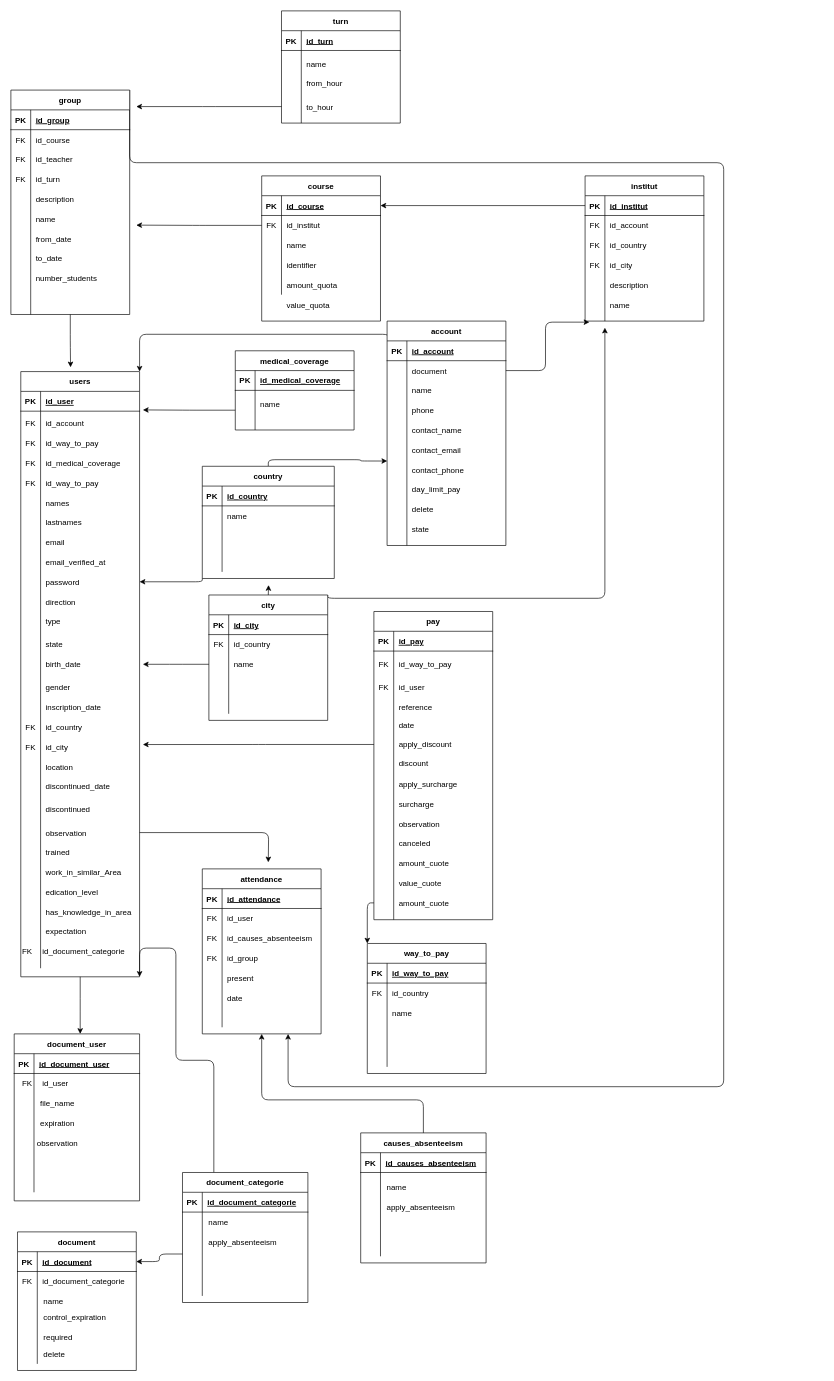
This is DER.drawio from smarenco/SIGE, a draw.io file, before an edit. Source tidied: cells renumbered, new cells numbered last; positions are measured from the earlier drawing's top-left corner, leaving out a move shared by most shapes. Both pictures are drawn from the tidied source at 66%, with x=0, y=0 at pixel (11, 11).
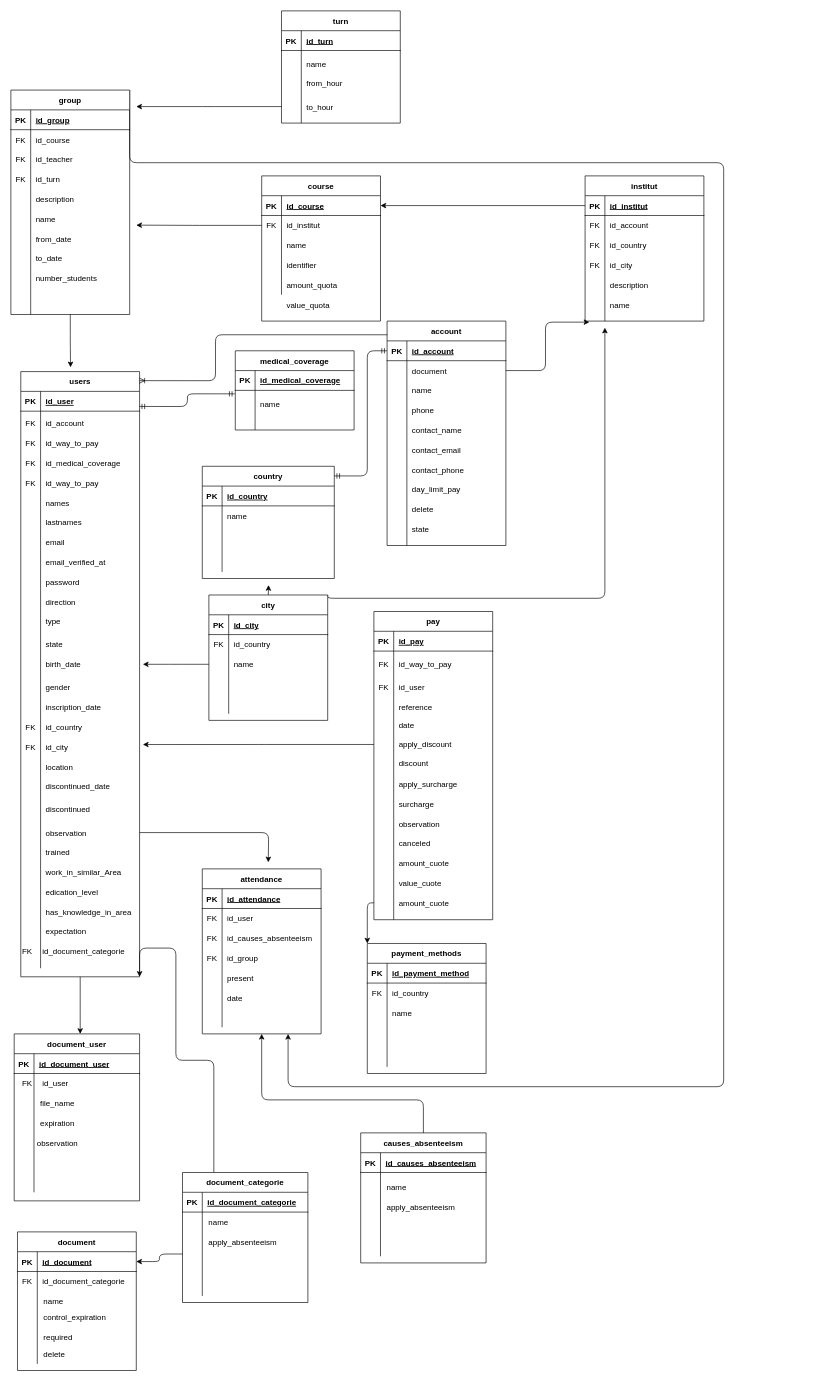
After the change.

Commit message:
arreglos en flechas de relaciones, trabajando en ello

The change refers to these unchanged cells:
```xml
<mxCell id="6" style="shape=partialRectangle;fillColor=none;top=0;left=0;bottom=0;right=0;points=[[0,0.5],[1,0.5]];portConstraint=eastwest;" parent="2" vertex="1">
  <mxGeometry y="60" width="180" height="60" as="geometry" />
</mxCell>
<mxCell id="31" value="account" style="shape=table;startSize=30;childLayout=tableLayout;rowLines=0;fontStyle=1;align=center;" parent="1" vertex="1">
  <mxGeometry x="570" y="470" width="180" height="340" as="geometry" />
</mxCell>
<mxCell id="32" style="shape=partialRectangle;fillColor=none;top=0;left=0;bottom=1;right=0;points=[[0,0.5],[1,0.5]];portConstraint=eastwest;" parent="31" vertex="1">
  <mxGeometry y="30" width="180" height="30" as="geometry" />
</mxCell>
<mxCell id="57" style="shape=partialRectangle;fillColor=none;top=0;left=0;bottom=1;right=0;" parent="56" vertex="1">
  <mxGeometry y="30" width="180" height="30" as="geometry" />
</mxCell>
<mxCell id="71" value="country" style="shape=table;startSize=30;childLayout=tableLayout;rowLines=0;fontStyle=1;align=center;" parent="1" vertex="1">
  <mxGeometry x="290" y="690" width="200" height="170" as="geometry" />
</mxCell>
<mxCell id="82" value="users" style="shape=table;startSize=30;childLayout=tableLayout;rowLines=0;fontStyle=1;align=center;" parent="1" vertex="1">
  <mxGeometry x="15" y="546.5" width="180" height="917" as="geometry" />
</mxCell>
<mxCell id="83" style="shape=partialRectangle;fillColor=none;top=0;left=0;bottom=1;right=0;points=[[0,0.5],[1,0.5]];portConstraint=eastwest;" parent="82" vertex="1">
  <mxGeometry y="30" width="180" height="30" as="geometry" />
</mxCell>
<mxCell id="98" style="shape=partialRectangle;fillColor=none;top=0;left=0;bottom=0;right=0;points=[[0,0.5],[1,0.5]];portConstraint=eastwest;" parent="1" vertex="1">
  <mxGeometry x="15" y="850" width="180" height="30" as="geometry" />
</mxCell>
<mxCell id="128" style="shape=partialRectangle;fillColor=none;top=0;left=0;bottom=0;right=0;points=[[0,0.5],[1,0.5]];portConstraint=eastwest;" parent="1" vertex="1">
  <mxGeometry x="570" y="680" width="180" height="30" as="geometry" />
</mxCell>
```

What changed in the source:
```diff
@@
-    <mxCell id="30" style="edgeStyle=orthogonalEdgeStyle;html=1;exitX=0.017;exitY=-0.003;exitDx=0;exitDy=0;entryX=1;entryY=0;entryDx=0;entryDy=0;exitPerimeter=0;" parent="1" edge="1" source="32" target="82">
-      <mxGeometry relative="1" as="geometry">
-        <Array as="points">
-          <mxPoint x="573" y="490" />
-          <mxPoint x="195" y="490" />
-        </Array>
-      </mxGeometry>
-    </mxCell>
@@
-    <mxCell id="56" value="way_to_pay" style="shape=table;startSize=30;childLayout=tableLayout;rowLines=0;fontStyle=1;align=center;" parent="1" vertex="1">
+    <mxCell id="56" value="payment_methods" style="shape=table;startSize=30;childLayout=tableLayout;rowLines=0;fontStyle=1;align=center;" parent="1" vertex="1">
       <mxGeometry x="540" y="1413" width="180" height="197" as="geometry" />
     </mxCell>
@@
-    <mxCell id="59" value="id_way_to_pay" style="shape=partialRectangle;fillColor=none;top=0;left=0;bottom=0;right=0;align=left;spacingLeft=6;fontStyle=5;overflow=hidden;" parent="57" vertex="1">
+    <mxCell id="59" value="id_payment_method" style="shape=partialRectangle;fillColor=none;top=0;left=0;bottom=0;right=0;align=left;spacingLeft=6;fontStyle=5;overflow=hidden;" parent="57" vertex="1">
       <mxGeometry x="30" width="150" height="30" as="geometry" />
     </mxCell>
@@
-    <mxCell id="69" style="edgeStyle=orthogonalEdgeStyle;html=1;exitX=0.5;exitY=0;exitDx=0;exitDy=0;entryX=0.001;entryY=0.067;entryDx=0;entryDy=0;entryPerimeter=0;" parent="1" edge="1" source="71" target="128">
-      <mxGeometry relative="1" as="geometry">
-        <Array as="points">
-          <mxPoint x="390" y="680" />
-          <mxPoint x="530" y="680" />
-          <mxPoint x="530" y="682" />
-        </Array>
-      </mxGeometry>
-    </mxCell>
-    <mxCell id="70" style="edgeStyle=orthogonalEdgeStyle;html=1;exitX=0;exitY=1;exitDx=0;exitDy=0;entryX=1;entryY=0.5;entryDx=0;entryDy=0;" parent="1" edge="1" source="71" target="98">
-      <mxGeometry relative="1" as="geometry">
-        <Array as="points">
-          <mxPoint x="290" y="865" />
-        </Array>
-      </mxGeometry>
-    </mxCell>
@@
-    <mxCell id="314" style="edgeStyle=orthogonalEdgeStyle;html=1;exitX=0;exitY=0.5;exitDx=0;exitDy=0;" parent="1" edge="1" source="6">
-      <mxGeometry relative="1" as="geometry">
-        <mxPoint x="200" y="604.6" as="targetPoint" />
-      </mxGeometry>
-    </mxCell>
@@
+    <mxCell id="437" style="edgeStyle=orthogonalEdgeStyle;fontSize=12;html=1;endArrow=ERoneToMany;exitX=0.002;exitY=0.061;exitDx=0;exitDy=0;exitPerimeter=0;entryX=0.998;entryY=0.015;entryDx=0;entryDy=0;entryPerimeter=0;" parent="1" edge="1" source="31" target="82">
+      <mxGeometry relative="1" as="geometry">
+        <Array as="points">
+          <mxPoint x="310" y="491" />
+          <mxPoint x="310" y="560" />
+        </Array>
+      </mxGeometry>
+    </mxCell>
+    <mxCell id="438" style="edgeStyle=orthogonalEdgeStyle;fontSize=12;html=1;endArrow=ERmandOne;startArrow=ERmandOne;exitX=0.998;exitY=0.762;exitDx=0;exitDy=0;exitPerimeter=0;entryX=-0.005;entryY=0.087;entryDx=0;entryDy=0;entryPerimeter=0;" parent="1" edge="1" source="83" target="6">
+      <mxGeometry relative="1" as="geometry" />
+    </mxCell>
+    <mxCell id="439" style="edgeStyle=orthogonalEdgeStyle;fontSize=12;html=1;endArrow=ERmandOne;startArrow=ERmandOne;exitX=0.998;exitY=0.762;exitDx=0;exitDy=0;exitPerimeter=0;entryX=0;entryY=0.5;entryDx=0;entryDy=0;" parent="1" edge="1" target="32">
+      <mxGeometry relative="1" as="geometry">
+        <mxPoint x="490" y="704.6" as="sourcePoint" />
+        <Array as="points">
+          <mxPoint x="540" y="705" />
+          <mxPoint x="540" y="515" />
+        </Array>
+      </mxGeometry>
+    </mxCell>
```
